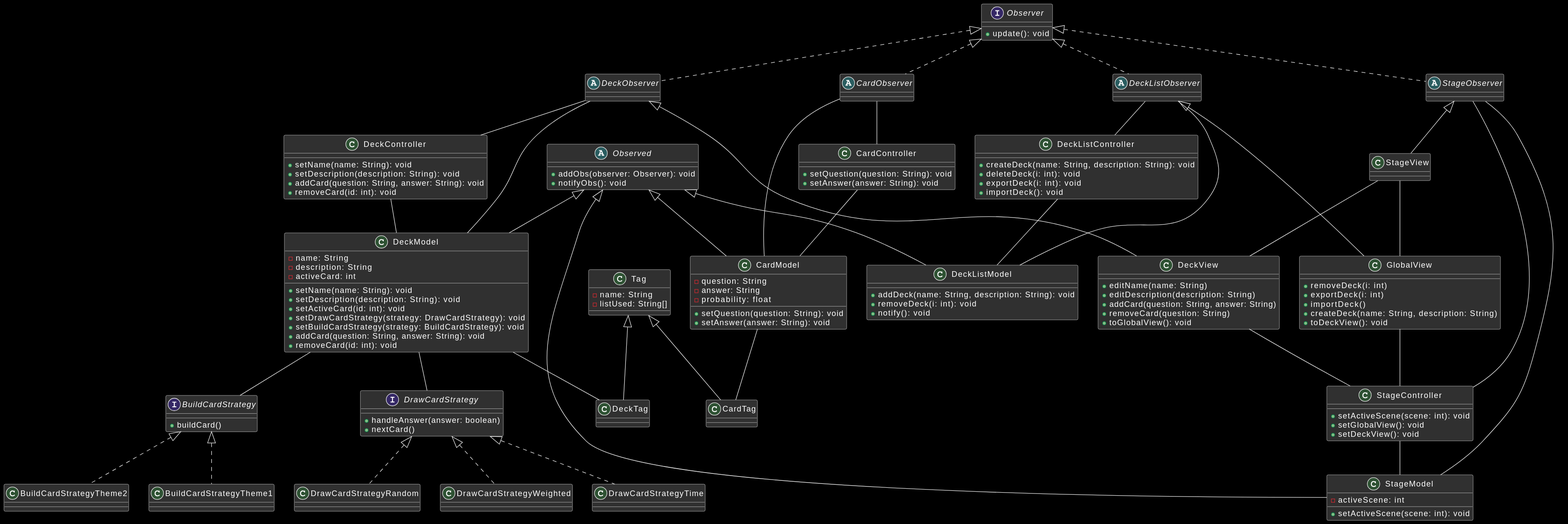
Earlier version of the PlantUML export GestionProjet/classDiagram.svg (BigBaz54/TN_Flashcards).
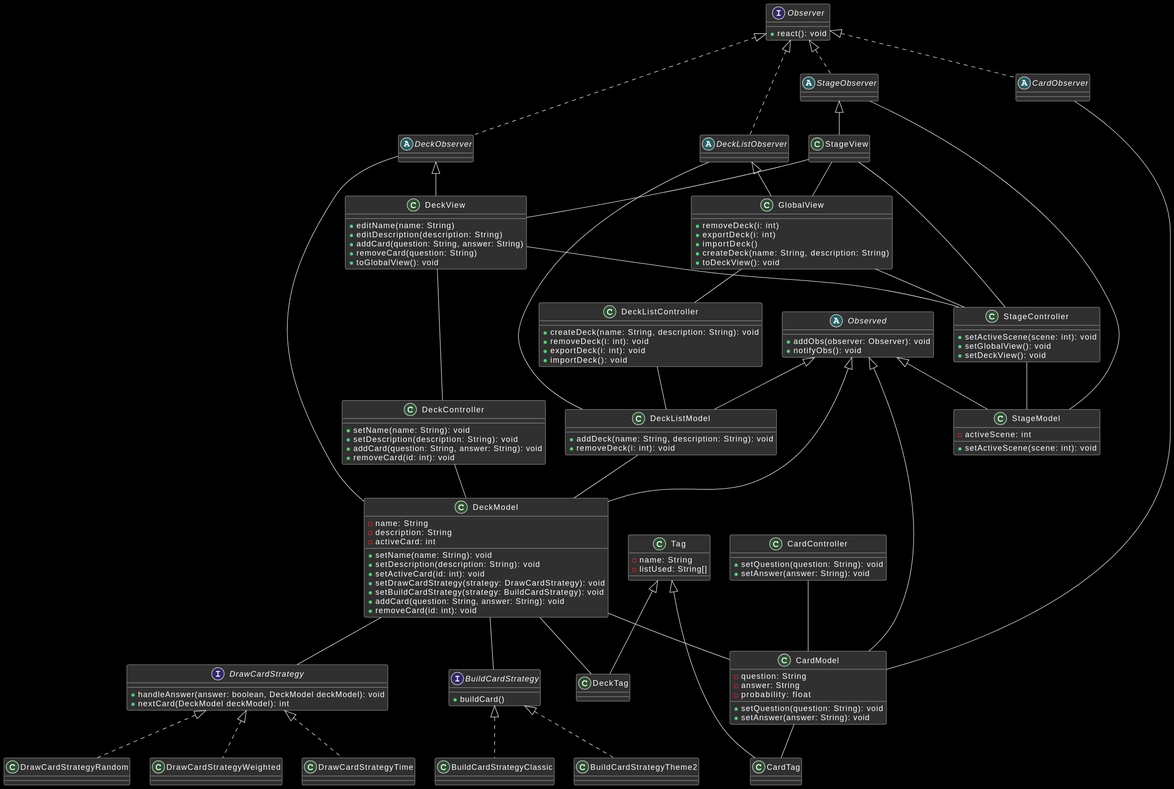
The same diagram one commit later.

Commit message:
[+] update class diagram svg

The edit, as a diff of the source:
```diff
@@ -1,6 +1,6 @@
 @startuml
 interface Observer {
-    + update(): void
+    + react(): void
 }
 
 abstract class CardObserver implements Observer {
@@ -42,7 +42,6 @@
 class DeckListModel extends Observed {
     + addDeck(name: String, description: String): void
     + removeDeck(i: int): void
-    + notify(): void
 }
 
 class DeckModel extends Observed {
@@ -73,7 +72,7 @@
 
 class DeckListController {
     + createDeck(name: String, description: String): void
-    + deleteDeck(i: int): void
+    + removeDeck(i: int): void
     + exportDeck(i: int): void
     + importDeck(): void
 }
@@ -108,15 +107,15 @@
 }
 
 interface DrawCardStrategy {
-    + handleAnswer(answer: boolean)
-    + nextCard()
+    + handleAnswer(answer: boolean, DeckModel deckModel): void
+    + nextCard(DeckModel deckModel): int
 }
 
 interface BuildCardStrategy {
     + buildCard()
 }
 
-class BuildCardStrategyTheme1 implements BuildCardStrategy {
+class BuildCardStrategyClassic implements BuildCardStrategy {
 }
 
 class BuildCardStrategyTheme2 implements BuildCardStrategy {
@@ -136,10 +135,11 @@
 DeckListObserver -- DeckListModel
 StageObserver -- StageModel
 
-CardObserver -- CardController
-DeckObserver -- DeckController
-DeckListObserver -- DeckListController
-StageObserver -- StageController
+GlobalView -- DeckListController
+DeckView -- DeckController
+StageView -- StageController
+GlobalView -- StageController
+DeckView -- StageController
 
 CardController -- CardModel
 DeckController -- DeckModel
@@ -148,9 +148,9 @@
 
 DeckModel -- DrawCardStrategy
 DeckModel -- BuildCardStrategy
+DeckModel -- CardModel
+DeckListModel -- DeckModel
 
-GlobalView -- StageController
-DeckView -- StageController
 
 StageView -- DeckView
 StageView -- GlobalView
```
